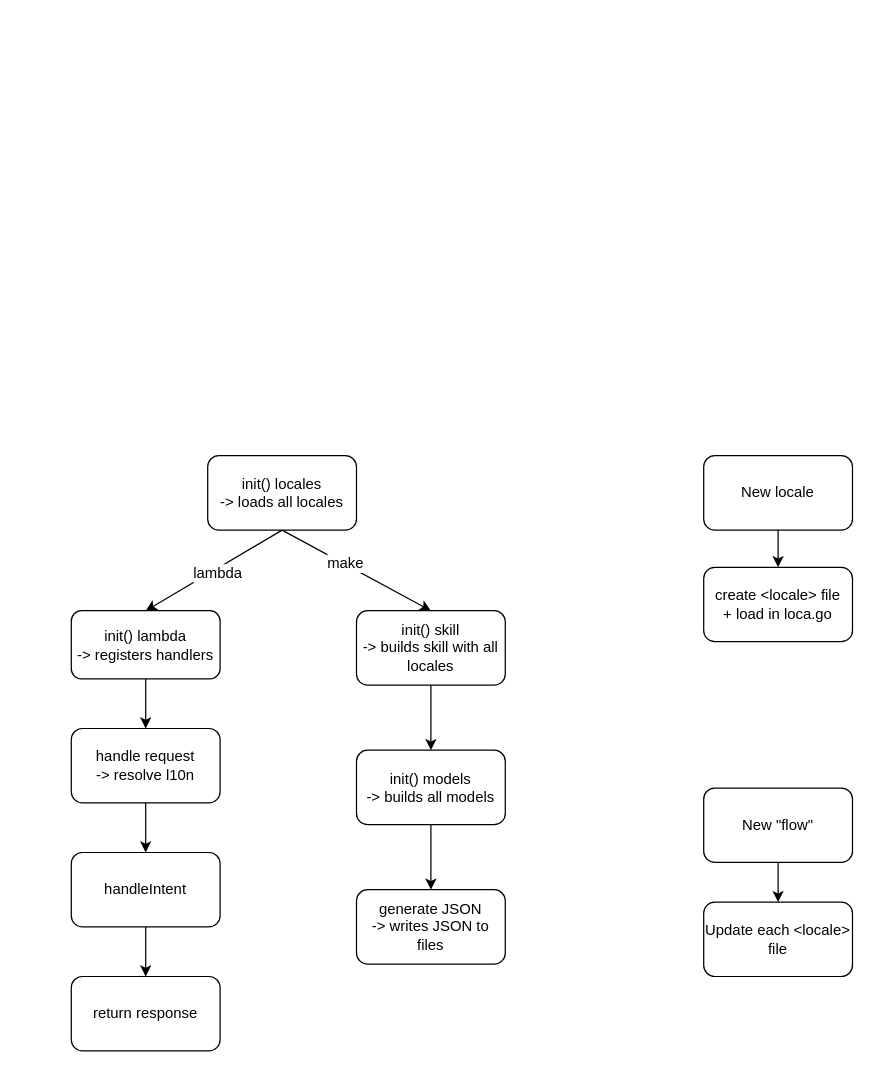
DrPsychick/alexa-go-cloudformation-demo keeps this draw.io diagram as page "Startup" (3 of 4) of Alexa Skill Demo.drawio. Above is the earlier version. Source tidied: cells renumbered, new cells numbered last; positions are measured from the earlier drawing's top-left corner, leaving out a move shared by most shapes. Both pictures are drawn from the tidied source at 124%, with x=0, y=0 at pixel (71, 455).
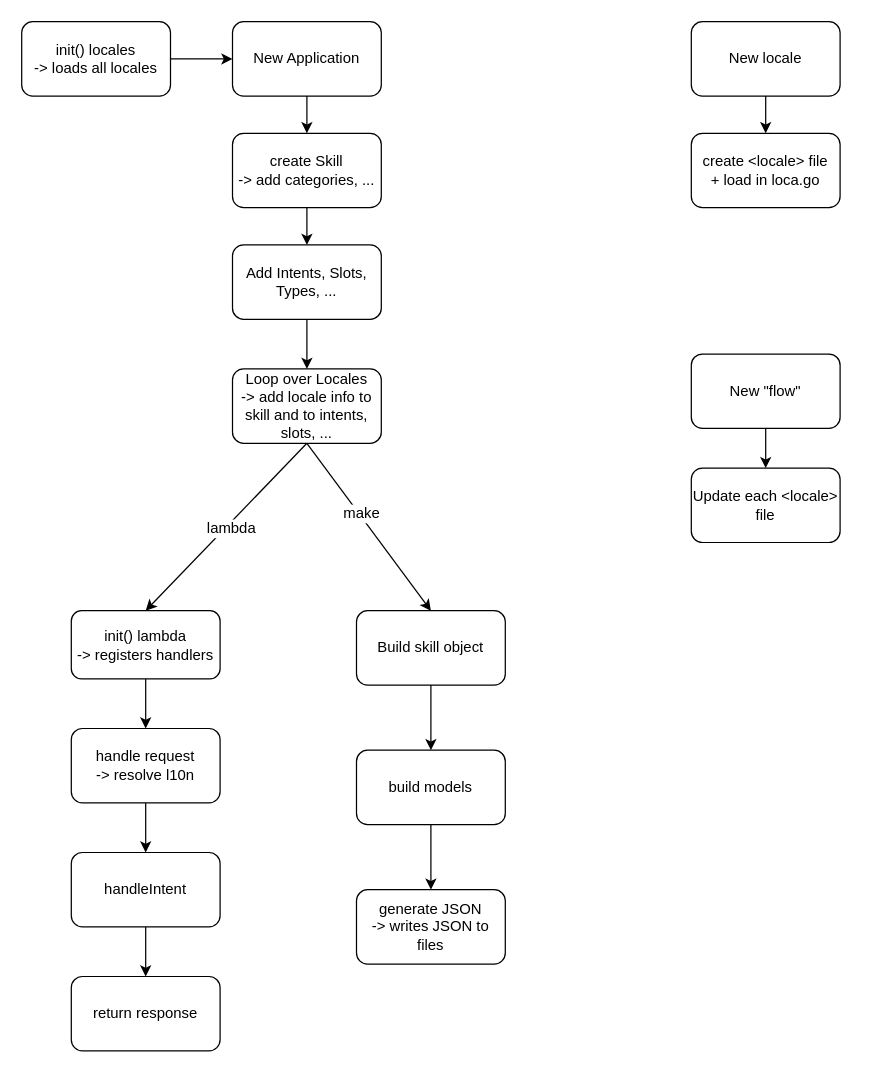
The same diagram, later.

Unchanged cells that the change refers to:
```xml
<mxCell id="12" value="init() lambda&lt;br&gt;-&amp;gt; registers handlers&lt;br&gt;" style="rounded=1;whiteSpace=wrap;html=1;" parent="1" vertex="1">
  <mxGeometry y="125" width="120" height="55" as="geometry" />
</mxCell>
```

The edit, as a diff of the source:
```diff
@@
-    <mxCell id="2" style="edgeStyle=none;rounded=0;jettySize=auto;html=1;exitX=0.5;exitY=1;exitDx=0;exitDy=0;entryX=0.5;entryY=0;entryDx=0;entryDy=0;" parent="1" edge="1" source="6" target="8">
+    <mxCell id="2" style="edgeStyle=none;rounded=0;jettySize=auto;html=1;exitX=0.5;exitY=1;exitDx=0;exitDy=0;entryX=0.5;entryY=0;entryDx=0;entryDy=0;" parent="1" edge="1" source="32" target="8">
       <mxGeometry relative="1" as="geometry" />
     </mxCell>
@@
-    <mxCell id="4" style="edgeStyle=none;rounded=0;jettySize=auto;html=1;exitX=0.5;exitY=1;exitDx=0;exitDy=0;entryX=0.5;entryY=0;entryDx=0;entryDy=0;" parent="1" edge="1" source="6" target="12">
+    <mxCell id="4" style="edgeStyle=none;rounded=0;jettySize=auto;html=1;exitX=0.5;exitY=1;exitDx=0;exitDy=0;entryX=0.5;entryY=0;entryDx=0;entryDy=0;" parent="1" edge="1" source="32" target="12">
       <mxGeometry relative="1" as="geometry" />
     </mxCell>
@@
+    <mxCell id="25" style="edgeStyle=none;rounded=0;jettySize=auto;html=1;exitX=1;exitY=0.5;exitDx=0;exitDy=0;" parent="1" edge="1" source="6" target="27">
+      <mxGeometry relative="1" as="geometry" />
+    </mxCell>
     <mxCell id="6" value="init() locales&lt;br&gt;-&amp;gt; loads all locales&lt;br&gt;" style="rounded=1;whiteSpace=wrap;html=1;" parent="1" vertex="1">
-      <mxGeometry x="110" width="120" height="60" as="geometry" />
+      <mxGeometry x="-40" y="-350" width="120" height="60" as="geometry" />
     </mxCell>
@@
-    <mxCell id="8" value="init() skill&lt;br&gt;-&amp;gt; builds skill with all locales&lt;br&gt;" style="rounded=1;whiteSpace=wrap;html=1;" parent="1" vertex="1">
+    <mxCell id="8" value="Build skill object&lt;br&gt;" style="rounded=1;whiteSpace=wrap;html=1;" parent="1" vertex="1">
       <mxGeometry x="230" y="125" width="120" height="60" as="geometry" />
     </mxCell>
@@
-    <mxCell id="10" value="init() models&lt;br&gt;-&amp;gt; builds all models&lt;br&gt;" style="rounded=1;whiteSpace=wrap;html=1;" parent="1" vertex="1">
+    <mxCell id="10" value="build models&lt;br&gt;" style="rounded=1;whiteSpace=wrap;html=1;" parent="1" vertex="1">
       <mxGeometry x="230" y="237.5" width="120" height="60" as="geometry" />
     </mxCell>
@@
     <mxCell id="20" value="New locale" style="rounded=1;whiteSpace=wrap;html=1;" parent="1" vertex="1">
-      <mxGeometry x="510" width="120" height="60" as="geometry" />
+      <mxGeometry x="500" y="-350" width="120" height="60" as="geometry" />
     </mxCell>
     <mxCell id="21" value="create &amp;lt;locale&amp;gt; file&lt;br&gt;+ load in loca.go&lt;br&gt;" style="rounded=1;whiteSpace=wrap;html=1;" parent="1" vertex="1">
-      <mxGeometry x="510" y="90" width="120" height="60" as="geometry" />
+      <mxGeometry x="500" y="-260" width="120" height="60" as="geometry" />
     </mxCell>
@@
     <mxCell id="23" value="New &quot;flow&quot;" style="rounded=1;whiteSpace=wrap;html=1;" parent="1" vertex="1">
-      <mxGeometry x="510" y="268" width="120" height="60" as="geometry" />
+      <mxGeometry x="500" y="-82" width="120" height="60" as="geometry" />
     </mxCell>
     <mxCell id="24" value="Update each &amp;lt;locale&amp;gt; file" style="rounded=1;whiteSpace=wrap;html=1;" parent="1" vertex="1">
-      <mxGeometry x="510" y="360" width="120" height="60" as="geometry" />
+      <mxGeometry x="500" y="10" width="120" height="60" as="geometry" />
     </mxCell>
+    <mxCell id="26" style="edgeStyle=none;rounded=0;jettySize=auto;html=1;exitX=0.5;exitY=1;exitDx=0;exitDy=0;" parent="1" edge="1" source="27" target="28">
+      <mxGeometry relative="1" as="geometry" />
+    </mxCell>
+    <mxCell id="27" value="New Application" style="rounded=1;whiteSpace=wrap;html=1;" parent="1" vertex="1">
+      <mxGeometry x="130" y="-350" width="120" height="60" as="geometry" />
+    </mxCell>
+    <mxCell id="28" value="create Skill&lt;br&gt;-&amp;gt; add categories, ...&lt;br&gt;" style="rounded=1;whiteSpace=wrap;html=1;" parent="1" vertex="1">
+      <mxGeometry x="130" y="-260" width="120" height="60" as="geometry" />
+    </mxCell>
+    <mxCell id="29" style="edgeStyle=none;rounded=0;jettySize=auto;html=1;exitX=0.5;exitY=1;exitDx=0;exitDy=0;entryX=0.5;entryY=0;entryDx=0;entryDy=0;" parent="1" edge="1" source="28" target="31">
+      <mxGeometry relative="1" as="geometry" />
+    </mxCell>
+    <mxCell id="30" style="edgeStyle=none;rounded=0;jettySize=auto;html=1;" parent="1" edge="1" source="31" target="32">
+      <mxGeometry relative="1" as="geometry" />
+    </mxCell>
+    <mxCell id="31" value="Add Intents, Slots, Types, ..." style="rounded=1;whiteSpace=wrap;html=1;" parent="1" vertex="1">
+      <mxGeometry x="130" y="-170" width="120" height="60" as="geometry" />
+    </mxCell>
+    <mxCell id="32" value="Loop over Locales&lt;br&gt;-&amp;gt; add locale info to skill and to intents, slots, ...&lt;br&gt;" style="rounded=1;whiteSpace=wrap;html=1;" parent="1" vertex="1">
+      <mxGeometry x="130" y="-70" width="120" height="60" as="geometry" />
+    </mxCell>
```
